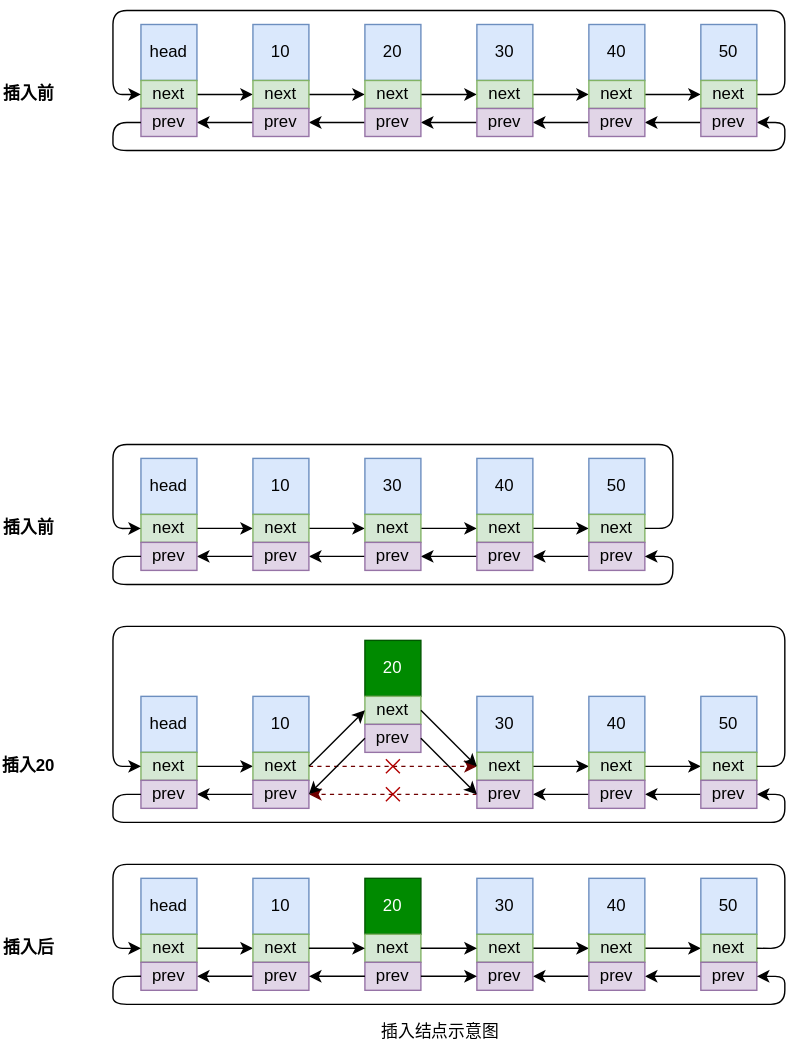
This is images/DoubleLinkList/插入结点示意图.svg from Jay-enhanced/Cplusplus-DataStructure, a draw.io export, as it was before one commit. Source tidied: cells renumbered, new cells last; positions are measured from the earlier drawing's top-left corner, leaving out a move shared by most shapes.
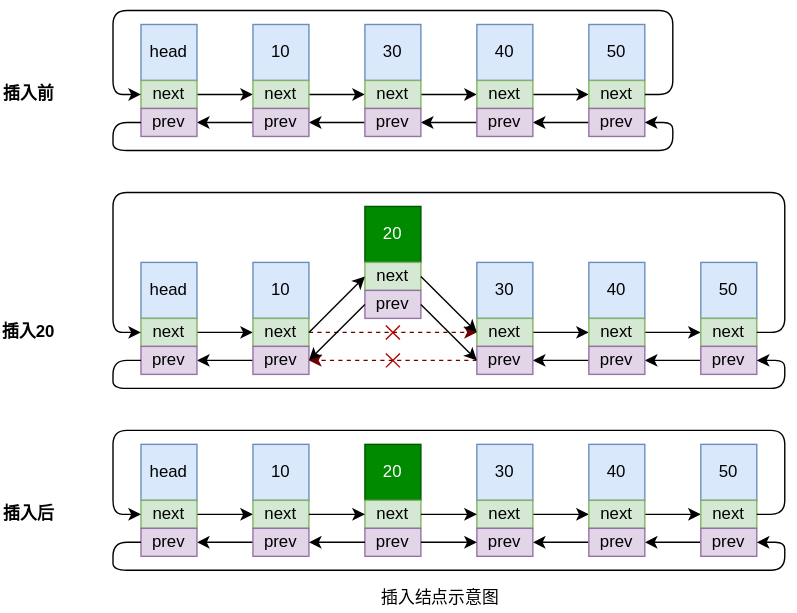
Above is the later version.

Diff of the diagram source:
```diff
@@ -2,148 +2,6 @@
   <root>
     <mxCell id="0" />
     <mxCell id="1" parent="0" />
-    <mxCell id="2" style="group;" parent="1" vertex="1">
-      <mxGeometry width="560" height="100" as="geometry" />
-    </mxCell>
-    <mxCell id="3" style="endArrow=classic;html=1;exitX=1;exitY=0.25;exitDx=0;exitDy=0;" parent="2" edge="1">
-      <mxGeometry relative="1" as="geometry">
-        <mxPoint x="140" y="60" as="sourcePoint" />
-        <mxPoint x="180" y="60" as="targetPoint" />
-      </mxGeometry>
-    </mxCell>
-    <mxCell id="4" style="endArrow=classic;html=1;entryX=1;entryY=0.75;entryDx=0;entryDy=0;" parent="2" edge="1">
-      <mxGeometry relative="1" as="geometry">
-        <mxPoint x="180" y="80" as="sourcePoint" />
-        <mxPoint x="140" y="80" as="targetPoint" />
-      </mxGeometry>
-    </mxCell>
-    <mxCell id="5" value="插入前" style="text;html=1;strokeColor=none;fillColor=none;align=center;verticalAlign=middle;whiteSpace=wrap;rounded=0;fontStyle=1;" parent="2" vertex="1">
-      <mxGeometry y="50" width="40" height="20" as="geometry" />
-    </mxCell>
-    <mxCell id="6" value="head" style="whiteSpace=wrap;html=1;fillColor=#dae8fc;strokeColor=#6c8ebf;" parent="2" vertex="1">
-      <mxGeometry x="100" y="10" width="40" height="40" as="geometry" />
-    </mxCell>
-    <mxCell id="7" value="next" style="rounded=0;whiteSpace=wrap;html=1;fillColor=#d5e8d4;strokeColor=#82b366;" parent="2" vertex="1">
-      <mxGeometry x="100" y="50" width="40" height="20" as="geometry" />
-    </mxCell>
-    <mxCell id="8" value="prev" style="rounded=0;whiteSpace=wrap;html=1;fillColor=#e1d5e7;strokeColor=#9673a6;" parent="2" vertex="1">
-      <mxGeometry x="100" y="70" width="40" height="20" as="geometry" />
-    </mxCell>
-    <mxCell id="9" style="endArrow=classic;html=1;exitX=1;exitY=0.25;exitDx=0;exitDy=0;" parent="2" edge="1">
-      <mxGeometry relative="1" as="geometry">
-        <mxPoint x="220" y="60" as="sourcePoint" />
-        <mxPoint x="260" y="60" as="targetPoint" />
-      </mxGeometry>
-    </mxCell>
-    <mxCell id="10" style="endArrow=classic;html=1;entryX=1;entryY=0.75;entryDx=0;entryDy=0;" parent="2" edge="1">
-      <mxGeometry relative="1" as="geometry">
-        <mxPoint x="260" y="80" as="sourcePoint" />
-        <mxPoint x="220" y="80" as="targetPoint" />
-      </mxGeometry>
-    </mxCell>
-    <mxCell id="11" value="10" style="whiteSpace=wrap;html=1;fillColor=#dae8fc;strokeColor=#6c8ebf;" parent="2" vertex="1">
-      <mxGeometry x="180" y="10" width="40" height="40" as="geometry" />
-    </mxCell>
-    <mxCell id="12" value="&lt;span&gt;next&lt;/span&gt;" style="rounded=0;whiteSpace=wrap;html=1;fillColor=#d5e8d4;strokeColor=#82b366;" parent="2" vertex="1">
-      <mxGeometry x="180" y="50" width="40" height="20" as="geometry" />
-    </mxCell>
-    <mxCell id="13" value="&lt;span&gt;prev&lt;/span&gt;" style="rounded=0;whiteSpace=wrap;html=1;fillColor=#e1d5e7;strokeColor=#9673a6;" parent="2" vertex="1">
-      <mxGeometry x="180" y="70" width="40" height="20" as="geometry" />
-    </mxCell>
-    <mxCell id="14" style="endArrow=classic;html=1;exitX=1;exitY=0.25;exitDx=0;exitDy=0;" parent="2" edge="1">
-      <mxGeometry relative="1" as="geometry">
-        <mxPoint x="300" y="60" as="sourcePoint" />
-        <mxPoint x="340" y="60" as="targetPoint" />
-      </mxGeometry>
-    </mxCell>
-    <mxCell id="15" style="endArrow=classic;html=1;entryX=1;entryY=0.75;entryDx=0;entryDy=0;" parent="2" edge="1">
-      <mxGeometry relative="1" as="geometry">
-        <mxPoint x="340" y="80" as="sourcePoint" />
-        <mxPoint x="300" y="80" as="targetPoint" />
-      </mxGeometry>
-    </mxCell>
-    <mxCell id="16" value="20" style="whiteSpace=wrap;html=1;fillColor=#dae8fc;strokeColor=#6c8ebf;" parent="2" vertex="1">
-      <mxGeometry x="260" y="10" width="40" height="40" as="geometry" />
-    </mxCell>
-    <mxCell id="17" value="&lt;span&gt;next&lt;/span&gt;" style="rounded=0;whiteSpace=wrap;html=1;fillColor=#d5e8d4;strokeColor=#82b366;" parent="2" vertex="1">
-      <mxGeometry x="260" y="50" width="40" height="20" as="geometry" />
-    </mxCell>
-    <mxCell id="18" value="&lt;span&gt;prev&lt;/span&gt;" style="rounded=0;whiteSpace=wrap;html=1;fillColor=#e1d5e7;strokeColor=#9673a6;" parent="2" vertex="1">
-      <mxGeometry x="260" y="70" width="40" height="20" as="geometry" />
-    </mxCell>
-    <mxCell id="19" style="endArrow=classic;html=1;exitX=1;exitY=0.25;exitDx=0;exitDy=0;" parent="2" edge="1">
-      <mxGeometry relative="1" as="geometry">
-        <mxPoint x="380" y="60" as="sourcePoint" />
-        <mxPoint x="420" y="60" as="targetPoint" />
-      </mxGeometry>
-    </mxCell>
-    <mxCell id="20" style="endArrow=classic;html=1;entryX=1;entryY=0.75;entryDx=0;entryDy=0;" parent="2" edge="1">
-      <mxGeometry relative="1" as="geometry">
-        <mxPoint x="420" y="80" as="sourcePoint" />
-        <mxPoint x="380" y="80" as="targetPoint" />
-      </mxGeometry>
-    </mxCell>
-    <mxCell id="21" value="30" style="whiteSpace=wrap;html=1;fillColor=#dae8fc;strokeColor=#6c8ebf;" parent="2" vertex="1">
-      <mxGeometry x="340" y="10" width="40" height="40" as="geometry" />
-    </mxCell>
-    <mxCell id="22" value="&lt;span&gt;next&lt;/span&gt;" style="rounded=0;whiteSpace=wrap;html=1;fillColor=#d5e8d4;strokeColor=#82b366;" parent="2" vertex="1">
-      <mxGeometry x="340" y="50" width="40" height="20" as="geometry" />
-    </mxCell>
-    <mxCell id="23" value="&lt;span&gt;prev&lt;/span&gt;" style="rounded=0;whiteSpace=wrap;html=1;fillColor=#e1d5e7;strokeColor=#9673a6;" parent="2" vertex="1">
-      <mxGeometry x="340" y="70" width="40" height="20" as="geometry" />
-    </mxCell>
-    <mxCell id="24" style="endArrow=classic;html=1;exitX=1;exitY=0.25;exitDx=0;exitDy=0;" parent="2" edge="1">
-      <mxGeometry relative="1" as="geometry">
-        <mxPoint x="460" y="60" as="sourcePoint" />
-        <mxPoint x="500" y="60" as="targetPoint" />
-      </mxGeometry>
-    </mxCell>
-    <mxCell id="25" style="endArrow=classic;html=1;entryX=1;entryY=0.75;entryDx=0;entryDy=0;" parent="2" edge="1">
-      <mxGeometry relative="1" as="geometry">
-        <mxPoint x="500" y="80" as="sourcePoint" />
-        <mxPoint x="460" y="80" as="targetPoint" />
-      </mxGeometry>
-    </mxCell>
-    <mxCell id="26" value="40" style="whiteSpace=wrap;html=1;fillColor=#dae8fc;strokeColor=#6c8ebf;" parent="2" vertex="1">
-      <mxGeometry x="420" y="10" width="40" height="40" as="geometry" />
-    </mxCell>
-    <mxCell id="27" value="&lt;span&gt;next&lt;/span&gt;" style="rounded=0;whiteSpace=wrap;html=1;fillColor=#d5e8d4;strokeColor=#82b366;" parent="2" vertex="1">
-      <mxGeometry x="420" y="50" width="40" height="20" as="geometry" />
-    </mxCell>
-    <mxCell id="28" value="&lt;span&gt;prev&lt;/span&gt;" style="rounded=0;whiteSpace=wrap;html=1;fillColor=#e1d5e7;strokeColor=#9673a6;" parent="2" vertex="1">
-      <mxGeometry x="420" y="70" width="40" height="20" as="geometry" />
-    </mxCell>
-    <mxCell id="29" style="endArrow=classic;html=1;exitX=1;exitY=0.25;exitDx=0;exitDy=0;edgeStyle=orthogonalEdgeStyle;entryX=0;entryY=0.5;entryDx=0;entryDy=0;" parent="2" edge="1" target="7">
-      <mxGeometry relative="1" as="geometry">
-        <mxPoint x="540" y="60" as="sourcePoint" />
-        <Array as="points">
-          <mxPoint x="560" y="60" />
-          <mxPoint x="560" />
-          <mxPoint x="80" />
-          <mxPoint x="80" y="60" />
-        </Array>
-      </mxGeometry>
-    </mxCell>
-    <mxCell id="30" style="endArrow=classic;html=1;entryX=1;entryY=0.75;entryDx=0;entryDy=0;edgeStyle=orthogonalEdgeStyle;exitX=0;exitY=0.5;exitDx=0;exitDy=0;" parent="2" edge="1" source="8">
-      <mxGeometry relative="1" as="geometry">
-        <mxPoint x="540" y="80" as="targetPoint" />
-        <Array as="points">
-          <mxPoint x="80" y="80" />
-          <mxPoint x="80" y="100" />
-          <mxPoint x="560" y="100" />
-          <mxPoint x="560" y="80" />
-        </Array>
-      </mxGeometry>
-    </mxCell>
-    <mxCell id="31" value="50" style="whiteSpace=wrap;html=1;fillColor=#dae8fc;strokeColor=#6c8ebf;" parent="2" vertex="1">
-      <mxGeometry x="500" y="10" width="40" height="40" as="geometry" />
-    </mxCell>
-    <mxCell id="32" value="next" style="rounded=0;whiteSpace=wrap;html=1;fillColor=#d5e8d4;strokeColor=#82b366;" parent="2" vertex="1">
-      <mxGeometry x="500" y="50" width="40" height="20" as="geometry" />
-    </mxCell>
-    <mxCell id="33" value="&lt;span&gt;prev&lt;/span&gt;" style="rounded=0;whiteSpace=wrap;html=1;fillColor=#e1d5e7;strokeColor=#9673a6;" parent="2" vertex="1">
-      <mxGeometry x="500" y="70" width="40" height="20" as="geometry" />
-    </mxCell>
     <mxCell id="34" style="endArrow=classic;html=1;exitX=1;exitY=0.25;exitDx=0;exitDy=0;" parent="1" edge="1">
       <mxGeometry x="100" y="480" as="geometry">
         <mxPoint x="140" y="370" as="sourcePoint" />
```
